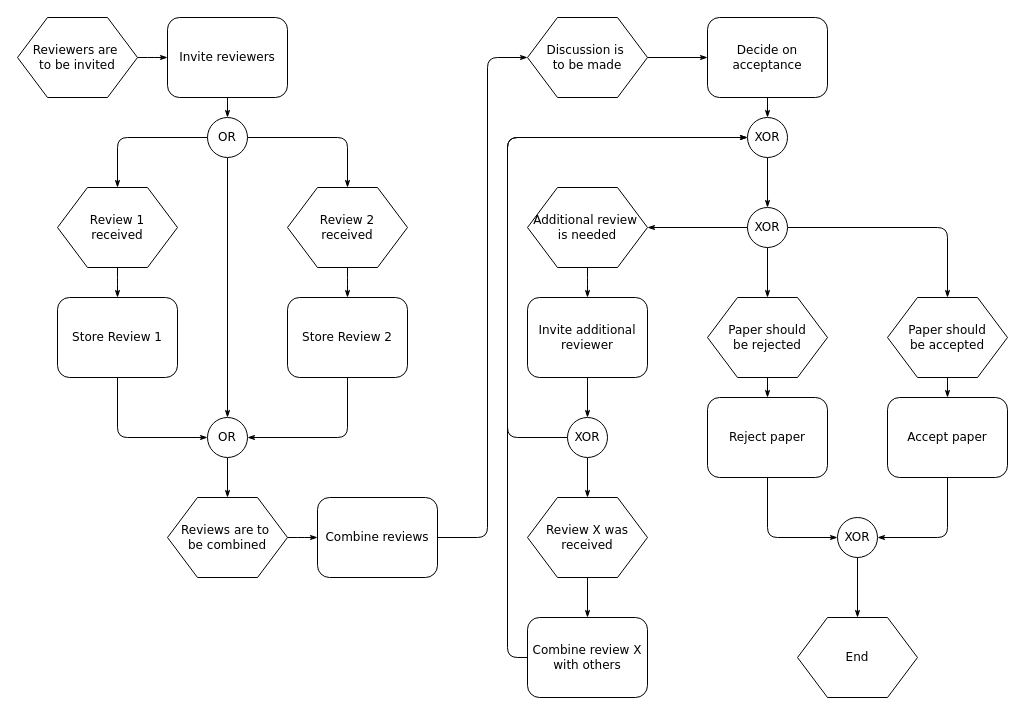
Before: 未命名绘图.drawio in LovenSar/APIGraph, a draw.io diagram. Source tidied: cells renumbered, new cells numbered last; positions are measured from the earlier drawing's top-left corner, leaving out a move shared by most shapes. Both pictures are drawn from the tidied source at 100%, with x=0, y=0 at pixel (17, 17).
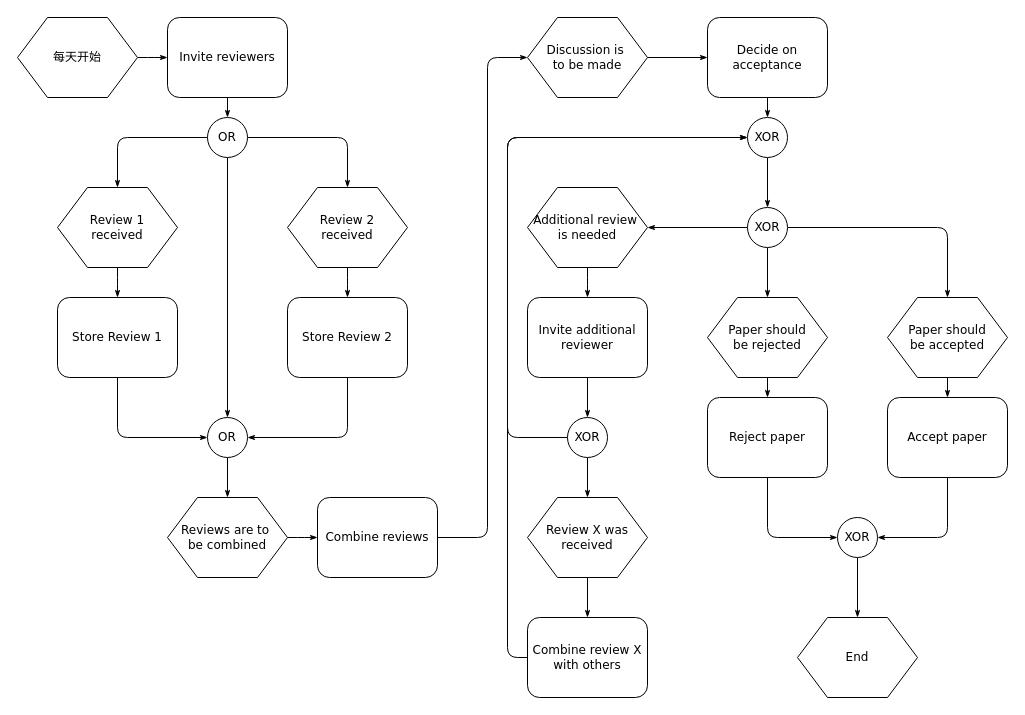
The same diagram, later.

Commit message:
数据集工作流程

Diff of the diagram source:
```diff
@@
-    <mxCell id="3" value="Reviewers are&amp;nbsp;&lt;div&gt;to&amp;nbsp;&lt;span&gt;be invited&lt;/span&gt;&lt;/div&gt;" style="shape=hexagon;perimeter=hexagonPerimeter;whiteSpace=wrap;html=1;rounded=0;shadow=0;labelBackgroundColor=none;strokeWidth=1;fontFamily=Verdana;fontSize=12;align=center;" parent="1" vertex="1">
+    <mxCell id="3" value="每天开始" style="shape=hexagon;perimeter=hexagonPerimeter;whiteSpace=wrap;html=1;rounded=0;shadow=0;labelBackgroundColor=none;strokeWidth=1;fontFamily=Verdana;fontSize=12;align=center;" parent="1" vertex="1">
       <mxGeometry width="120" height="80" as="geometry" />
     </mxCell>
```
